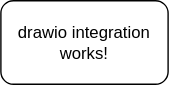
KucherenkoSerhiy/CvRelieve keeps this draw.io diagram as Untitled Diagram.drawio.svg. Above is the earlier version. Source tidied: cells renumbered, new cells last; positions are measured from the earlier drawing's top-left corner, leaving out a move shared by most shapes. Its diagram source:
```xml
<mxGraphModel>
  <root>
    <mxCell id="0" />
    <mxCell id="1" parent="0" />
    <mxCell id="2" value="drawio integration works!" style="rounded=1;whiteSpace=wrap;html=1;" parent="1" vertex="1">
      <mxGeometry width="120" height="60" as="geometry" />
    </mxCell>
  </root>
</mxGraphModel>
```
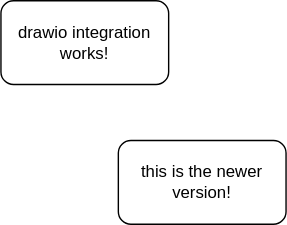
Above is the later version.

Diff of the diagram source:
```diff
@@ -5,5 +5,8 @@
     <mxCell id="2" value="drawio integration works!" style="rounded=1;whiteSpace=wrap;html=1;" parent="1" vertex="1">
       <mxGeometry width="120" height="60" as="geometry" />
     </mxCell>
+    <mxCell id="3" value="this is the newer version!" style="rounded=1;whiteSpace=wrap;html=1;" parent="1" vertex="1">
+      <mxGeometry x="84" y="100" width="120" height="60" as="geometry" />
+    </mxCell>
   </root>
 </mxGraphModel>
```
